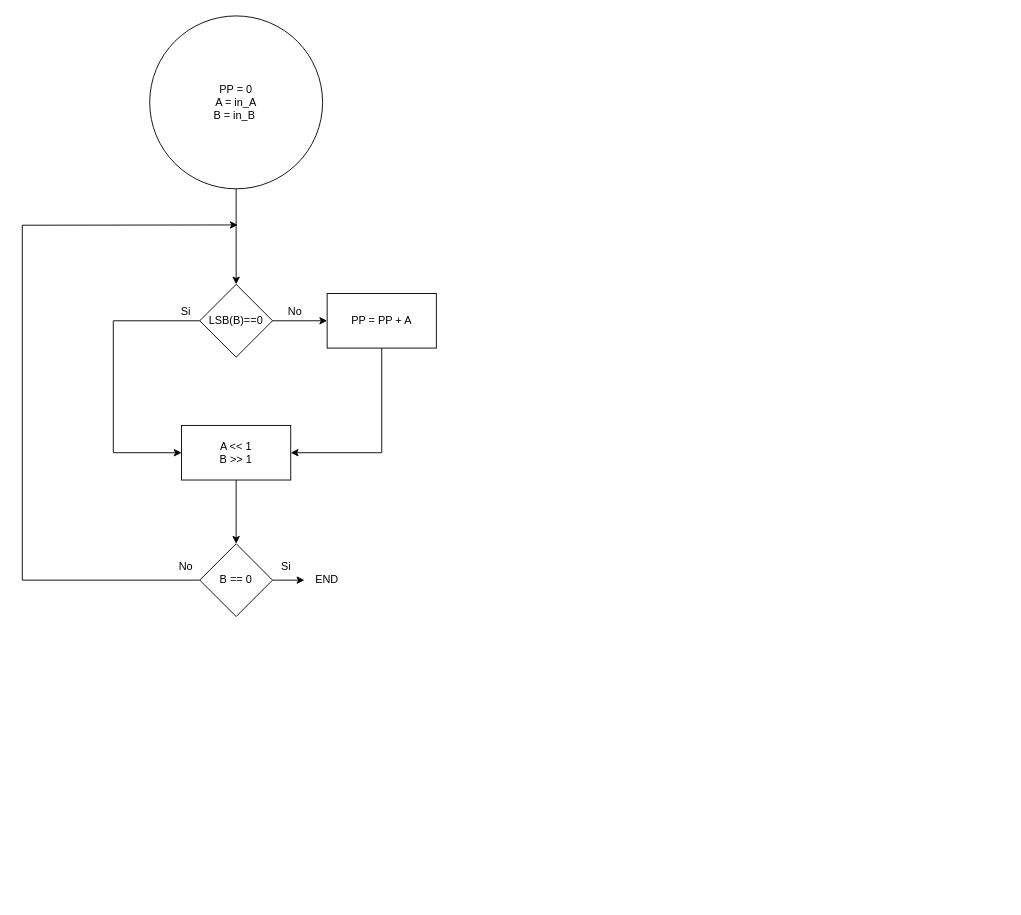
Earlier version of the draw.io diagram design/rtl/raw_implementation/mult_ASM/diagrams/multiplicador.drawio (safehehe/PTSD1). Source tidied: cells renumbered, new cells numbered last; positions are measured from the earlier drawing's top-left corner, leaving out a move shared by most shapes. Both pictures are drawn from the tidied source at 91%, with x=0, y=0 at pixel (22, 15).
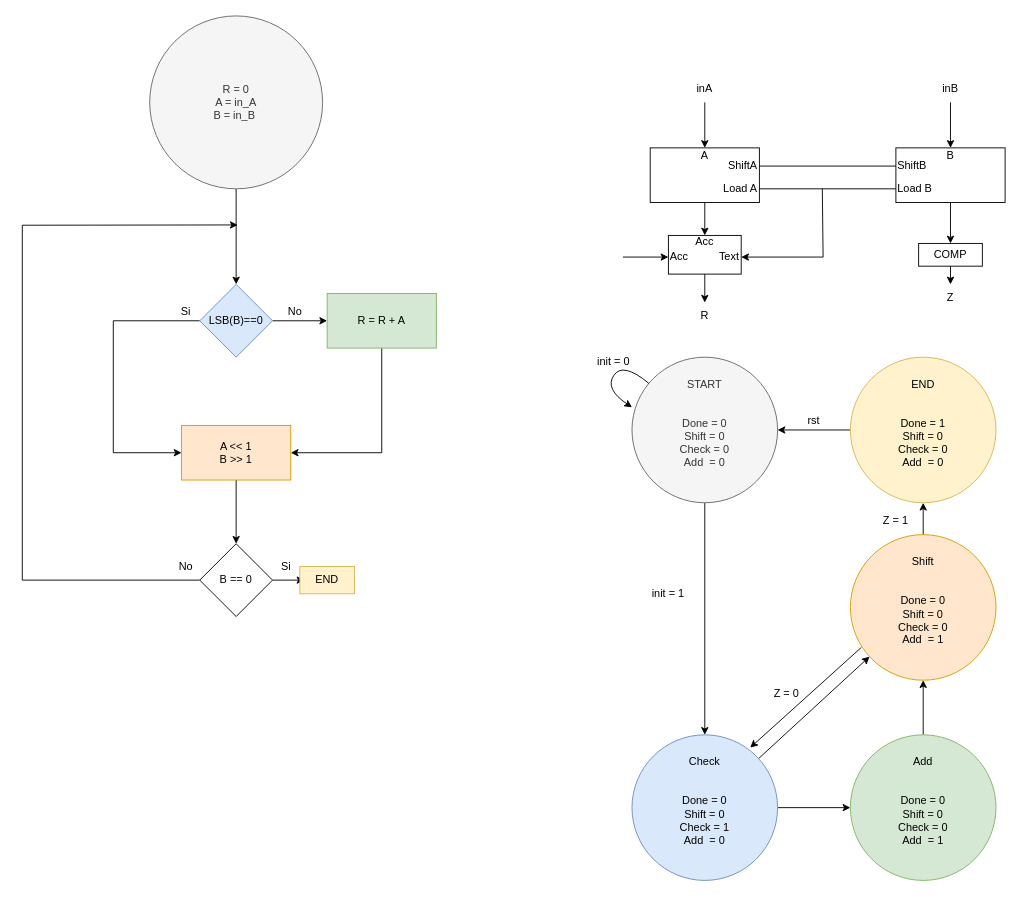
Above is the later version.

Commit message (it also covers changes not shown here):
Multiplicador diagrama

Diff of the diagram source:
```diff
@@
-    <mxCell id="3" value="PP = 0&lt;div&gt;A = in_A&lt;/div&gt;&lt;div&gt;B = in_B&amp;nbsp;&lt;/div&gt;" style="ellipse;whiteSpace=wrap;html=1;" parent="1" vertex="1">
+    <mxCell id="3" value="R = 0&lt;div&gt;A = in_A&lt;/div&gt;&lt;div&gt;B = in_B&amp;nbsp;&lt;/div&gt;" style="ellipse;whiteSpace=wrap;html=1;fillColor=#f5f5f5;fontColor=#333333;strokeColor=#666666;" parent="1" vertex="1">
       <mxGeometry x="140" width="190" height="190" as="geometry" />
     </mxCell>
@@
-    <mxCell id="6" value="LSB(B)==0" style="rhombus;whiteSpace=wrap;html=1;" parent="1" vertex="1">
+    <mxCell id="6" value="LSB(B)==0" style="rhombus;whiteSpace=wrap;html=1;fillColor=#dae8fc;strokeColor=#6c8ebf;" parent="1" vertex="1">
       <mxGeometry x="195" y="295" width="80" height="80" as="geometry" />
     </mxCell>
@@
-    <mxCell id="8" value="PP = PP + A" style="whiteSpace=wrap;html=1;" parent="1" vertex="1">
+    <mxCell id="8" value="R = R + A" style="whiteSpace=wrap;html=1;fillColor=#d5e8d4;strokeColor=#82b366;" parent="1" vertex="1">
       <mxGeometry x="335" y="305" width="120" height="60" as="geometry" />
     </mxCell>
@@
-    <mxCell id="10" value="A &amp;lt;&amp;lt; 1&lt;div&gt;B &amp;gt;&amp;gt; 1&lt;/div&gt;" style="whiteSpace=wrap;html=1;" parent="1" vertex="1">
+    <mxCell id="10" value="A &amp;lt;&amp;lt; 1&lt;div&gt;B &amp;gt;&amp;gt; 1&lt;/div&gt;" style="whiteSpace=wrap;html=1;fillColor=#ffe6cc;strokeColor=#d79b00;" parent="1" vertex="1">
       <mxGeometry x="175" y="450" width="120" height="60" as="geometry" />
     </mxCell>
@@
-    <mxCell id="18" value="END" style="text;html=1;align=center;verticalAlign=middle;whiteSpace=wrap;rounded=0;" parent="1" vertex="1">
+    <mxCell id="18" value="END" style="text;html=1;align=center;verticalAlign=middle;whiteSpace=wrap;rounded=0;fillColor=#fff2cc;strokeColor=#d6b656;" parent="1" vertex="1">
       <mxGeometry x="305" y="605" width="60" height="30" as="geometry" />
     </mxCell>
+    <mxCell id="19" style="edgeStyle=none;html=1;entryX=0.5;entryY=0;entryDx=0;entryDy=0;" parent="1" edge="1" source="20" target="36">
+      <mxGeometry relative="1" as="geometry" />
+    </mxCell>
+    <mxCell id="20" value="A&lt;div&gt;&lt;br&gt;&lt;/div&gt;&lt;div&gt;&lt;br&gt;&lt;/div&gt;&lt;div&gt;&lt;br&gt;&lt;/div&gt;" style="rounded=0;whiteSpace=wrap;html=1;" parent="1" vertex="1">
+      <mxGeometry x="690" y="145" width="120" height="60" as="geometry" />
+    </mxCell>
+    <mxCell id="21" style="edgeStyle=none;html=1;entryX=0.5;entryY=0;entryDx=0;entryDy=0;" parent="1" edge="1" source="22" target="33">
+      <mxGeometry relative="1" as="geometry" />
+    </mxCell>
+    <mxCell id="22" value="B&lt;div&gt;&lt;br&gt;&lt;/div&gt;&lt;div&gt;&lt;br&gt;&lt;/div&gt;&lt;div&gt;&lt;br&gt;&lt;/div&gt;" style="rounded=0;whiteSpace=wrap;html=1;" parent="1" vertex="1">
+      <mxGeometry x="960" y="145" width="120" height="60" as="geometry" />
+    </mxCell>
+    <mxCell id="23" style="endArrow=classic;html=1;entryX=0.5;entryY=0;entryDx=0;entryDy=0;" parent="1" edge="1" target="20">
+      <mxGeometry relative="1" as="geometry">
+        <mxPoint x="750" y="95" as="sourcePoint" />
+      </mxGeometry>
+    </mxCell>
+    <mxCell id="24" value="inA" style="text;html=1;align=center;verticalAlign=middle;whiteSpace=wrap;rounded=0;" parent="1" vertex="1">
+      <mxGeometry x="720" y="65" width="60" height="30" as="geometry" />
+    </mxCell>
+    <mxCell id="25" style="endArrow=classic;html=1;entryX=0.5;entryY=0;entryDx=0;entryDy=0;" parent="1" edge="1">
+      <mxGeometry relative="1" as="geometry">
+        <mxPoint x="1020" y="95" as="sourcePoint" />
+        <mxPoint x="1020" y="145" as="targetPoint" />
+      </mxGeometry>
+    </mxCell>
+    <mxCell id="26" value="inB" style="text;html=1;align=center;verticalAlign=middle;whiteSpace=wrap;rounded=0;" parent="1" vertex="1">
+      <mxGeometry x="990" y="65" width="60" height="30" as="geometry" />
+    </mxCell>
+    <mxCell id="27" value="Load A" style="text;html=1;align=right;verticalAlign=middle;whiteSpace=wrap;rounded=0;" parent="1" vertex="1">
+      <mxGeometry x="750" y="175" width="60" height="30" as="geometry" />
+    </mxCell>
+    <mxCell id="28" value="Load B" style="text;html=1;align=left;verticalAlign=middle;whiteSpace=wrap;rounded=0;" parent="1" vertex="1">
+      <mxGeometry x="960" y="175" width="60" height="30" as="geometry" />
+    </mxCell>
+    <mxCell id="29" style="endArrow=none;html=1;exitX=1;exitY=0.5;exitDx=0;exitDy=0;entryX=0;entryY=0.5;entryDx=0;entryDy=0;" parent="1" edge="1" source="27" target="28">
+      <mxGeometry relative="1" as="geometry" />
+    </mxCell>
+    <mxCell id="30" value="ShiftA" style="text;html=1;align=right;verticalAlign=middle;whiteSpace=wrap;rounded=0;" parent="1" vertex="1">
+      <mxGeometry x="750" y="150" width="60" height="30" as="geometry" />
+    </mxCell>
+    <mxCell id="31" value="ShiftB" style="text;html=1;align=left;verticalAlign=middle;whiteSpace=wrap;rounded=0;" parent="1" vertex="1">
+      <mxGeometry x="960" y="150" width="60" height="30" as="geometry" />
+    </mxCell>
+    <mxCell id="32" style="endArrow=none;html=1;entryX=0;entryY=0.5;entryDx=0;entryDy=0;" parent="1" edge="1" target="31">
+      <mxGeometry relative="1" as="geometry">
+        <mxPoint x="810" y="165" as="sourcePoint" />
+      </mxGeometry>
+    </mxCell>
+    <mxCell id="33" value="COMP" style="rounded=0;whiteSpace=wrap;html=1;" parent="1" vertex="1">
+      <mxGeometry x="985" y="250" width="70" height="25" as="geometry" />
+    </mxCell>
+    <mxCell id="34" style="endArrow=classic;html=1;exitX=0.5;exitY=1;exitDx=0;exitDy=0;" parent="1" edge="1" source="33">
+      <mxGeometry relative="1" as="geometry">
+        <mxPoint x="1020" y="295" as="targetPoint" />
+      </mxGeometry>
+    </mxCell>
+    <mxCell id="35" value="Z" style="text;html=1;align=center;verticalAlign=middle;whiteSpace=wrap;rounded=0;" parent="1" vertex="1">
+      <mxGeometry x="990" y="295" width="60" height="30" as="geometry" />
+    </mxCell>
+    <mxCell id="36" value="Acc&lt;div&gt;&lt;br&gt;&lt;/div&gt;&lt;div&gt;&lt;br&gt;&lt;/div&gt;" style="rounded=0;whiteSpace=wrap;html=1;" parent="1" vertex="1">
+      <mxGeometry x="710" y="241.2" width="80" height="42.5" as="geometry" />
+    </mxCell>
+    <mxCell id="37" value="Acc" style="text;html=1;align=left;verticalAlign=middle;whiteSpace=wrap;rounded=0;" parent="1" vertex="1">
+      <mxGeometry x="710" y="250" width="60" height="30" as="geometry" />
+    </mxCell>
+    <mxCell id="38" value="Text" style="text;html=1;align=right;verticalAlign=middle;whiteSpace=wrap;rounded=0;" parent="1" vertex="1">
+      <mxGeometry x="730" y="250" width="60" height="30" as="geometry" />
+    </mxCell>
+    <mxCell id="39" style="endArrow=classic;html=1;entryX=1;entryY=0.5;entryDx=0;entryDy=0;exitX=0.461;exitY=-0.25;exitDx=0;exitDy=0;exitPerimeter=0;rounded=0;curved=0;" parent="1" edge="1" source="29" target="38">
+      <mxGeometry relative="1" as="geometry">
+        <Array as="points">
+          <mxPoint x="880" y="265" />
+        </Array>
+      </mxGeometry>
+    </mxCell>
+    <mxCell id="40" style="endArrow=classic;html=1;" parent="1" edge="1">
+      <mxGeometry relative="1" as="geometry">
+        <mxPoint x="660" y="265" as="sourcePoint" />
+        <mxPoint x="710" y="265" as="targetPoint" />
+      </mxGeometry>
+    </mxCell>
+    <mxCell id="41" style="endArrow=classic;html=1;exitX=0.5;exitY=1;exitDx=0;exitDy=0;" parent="1" edge="1" source="36">
+      <mxGeometry relative="1" as="geometry">
+        <mxPoint x="750" y="315" as="targetPoint" />
+      </mxGeometry>
+    </mxCell>
+    <mxCell id="42" value="R" style="text;html=1;align=center;verticalAlign=middle;whiteSpace=wrap;rounded=0;" parent="1" vertex="1">
+      <mxGeometry x="720" y="315" width="60" height="30" as="geometry" />
+    </mxCell>
+    <mxCell id="43" style="edgeStyle=none;html=1;" parent="1" edge="1" source="44" target="47">
+      <mxGeometry relative="1" as="geometry" />
+    </mxCell>
+    <mxCell id="44" value="&lt;div&gt;&lt;br&gt;&lt;/div&gt;&lt;div&gt;&lt;br&gt;&lt;/div&gt;&lt;div&gt;&lt;br&gt;&lt;/div&gt;START&lt;div&gt;&lt;br&gt;&lt;/div&gt;&lt;div&gt;&lt;br&gt;&lt;/div&gt;&lt;div&gt;Done = 0&lt;/div&gt;&lt;div&gt;Shift = 0&lt;/div&gt;&lt;div&gt;Check = 0&lt;/div&gt;&lt;div&gt;Add&amp;nbsp; = 0&lt;/div&gt;&lt;div&gt;&lt;br&gt;&lt;/div&gt;&lt;div&gt;&lt;br&gt;&lt;/div&gt;&lt;div&gt;&lt;br&gt;&lt;/div&gt;&lt;div&gt;&lt;br&gt;&lt;/div&gt;" style="ellipse;whiteSpace=wrap;html=1;fillColor=#f5f5f5;fontColor=#333333;strokeColor=#666666;" parent="1" vertex="1">
+      <mxGeometry x="670" y="375" width="160" height="160" as="geometry" />
+    </mxCell>
+    <mxCell id="45" style="edgeStyle=none;html=1;" parent="1" edge="1" source="47" target="49">
+      <mxGeometry relative="1" as="geometry" />
+    </mxCell>
+    <mxCell id="46" style="edgeStyle=none;html=1;" parent="1" edge="1" source="47" target="51">
+      <mxGeometry relative="1" as="geometry" />
+    </mxCell>
+    <mxCell id="47" value="&lt;div&gt;&lt;br&gt;&lt;/div&gt;&lt;div&gt;&lt;br&gt;&lt;/div&gt;&lt;div&gt;&lt;br&gt;&lt;/div&gt;Check&lt;div&gt;&lt;br&gt;&lt;/div&gt;&lt;div&gt;&lt;br&gt;&lt;/div&gt;&lt;div&gt;Done = 0&lt;/div&gt;&lt;div&gt;Shift = 0&lt;/div&gt;&lt;div&gt;Check = 1&lt;/div&gt;&lt;div&gt;Add&amp;nbsp; = 0&lt;/div&gt;&lt;div&gt;&lt;br&gt;&lt;/div&gt;&lt;div&gt;&lt;br&gt;&lt;/div&gt;&lt;div&gt;&lt;br&gt;&lt;/div&gt;&lt;div&gt;&lt;br&gt;&lt;/div&gt;" style="ellipse;whiteSpace=wrap;html=1;fillColor=#dae8fc;strokeColor=#6c8ebf;" parent="1" vertex="1">
+      <mxGeometry x="670" y="790" width="160" height="160" as="geometry" />
+    </mxCell>
+    <mxCell id="48" style="edgeStyle=none;html=1;" parent="1" edge="1" source="49" target="51">
+      <mxGeometry relative="1" as="geometry" />
+    </mxCell>
+    <mxCell id="49" value="&lt;div&gt;&lt;br&gt;&lt;/div&gt;&lt;div&gt;&lt;br&gt;&lt;/div&gt;&lt;div&gt;&lt;br&gt;&lt;/div&gt;Add&lt;div&gt;&lt;br&gt;&lt;/div&gt;&lt;div&gt;&lt;br&gt;&lt;/div&gt;&lt;div&gt;Done = 0&lt;/div&gt;&lt;div&gt;Shift = 0&lt;/div&gt;&lt;div&gt;Check = 0&lt;/div&gt;&lt;div&gt;Add&amp;nbsp; = 1&lt;/div&gt;&lt;div&gt;&lt;br&gt;&lt;/div&gt;&lt;div&gt;&lt;br&gt;&lt;/div&gt;&lt;div&gt;&lt;br&gt;&lt;/div&gt;&lt;div&gt;&lt;br&gt;&lt;/div&gt;" style="ellipse;whiteSpace=wrap;html=1;fillColor=#d5e8d4;strokeColor=#82b366;" parent="1" vertex="1">
+      <mxGeometry x="910" y="790" width="160" height="160" as="geometry" />
+    </mxCell>
+    <mxCell id="50" style="edgeStyle=none;html=1;" parent="1" edge="1" source="51" target="54">
+      <mxGeometry relative="1" as="geometry" />
+    </mxCell>
+    <mxCell id="51" value="&lt;div&gt;&lt;br&gt;&lt;/div&gt;&lt;div&gt;&lt;br&gt;&lt;/div&gt;&lt;div&gt;&lt;br&gt;&lt;/div&gt;Shift&lt;div&gt;&lt;br&gt;&lt;/div&gt;&lt;div&gt;&lt;br&gt;&lt;/div&gt;&lt;div&gt;Done = 0&lt;/div&gt;&lt;div&gt;Shift = 0&lt;/div&gt;&lt;div&gt;Check = 0&lt;/div&gt;&lt;div&gt;Add&amp;nbsp; = 1&lt;/div&gt;&lt;div&gt;&lt;br&gt;&lt;/div&gt;&lt;div&gt;&lt;br&gt;&lt;/div&gt;&lt;div&gt;&lt;br&gt;&lt;/div&gt;&lt;div&gt;&lt;br&gt;&lt;/div&gt;" style="ellipse;whiteSpace=wrap;html=1;fillColor=#ffe6cc;strokeColor=#d79b00;" parent="1" vertex="1">
+      <mxGeometry x="910" y="570" width="160" height="160" as="geometry" />
+    </mxCell>
+    <mxCell id="52" style="endArrow=classic;html=1;exitX=0.075;exitY=0.775;exitDx=0;exitDy=0;exitPerimeter=0;entryX=0.812;entryY=0.088;entryDx=0;entryDy=0;entryPerimeter=0;" parent="1" edge="1" source="51" target="47">
+      <mxGeometry relative="1" as="geometry" />
+    </mxCell>
+    <mxCell id="53" style="edgeStyle=none;html=1;entryX=1;entryY=0.5;entryDx=0;entryDy=0;" parent="1" edge="1" source="54" target="44">
+      <mxGeometry relative="1" as="geometry" />
+    </mxCell>
+    <mxCell id="54" value="&lt;div&gt;&lt;br&gt;&lt;/div&gt;&lt;div&gt;&lt;br&gt;&lt;/div&gt;&lt;div&gt;&lt;br&gt;&lt;/div&gt;END&lt;br&gt;&lt;div&gt;&lt;br&gt;&lt;/div&gt;&lt;div&gt;&lt;br&gt;&lt;/div&gt;&lt;div&gt;Done = 1&lt;/div&gt;&lt;div&gt;Shift = 0&lt;/div&gt;&lt;div&gt;Check = 0&lt;/div&gt;&lt;div&gt;Add&amp;nbsp; = 0&lt;/div&gt;&lt;div&gt;&lt;br&gt;&lt;/div&gt;&lt;div&gt;&lt;br&gt;&lt;/div&gt;&lt;div&gt;&lt;br&gt;&lt;/div&gt;&lt;div&gt;&lt;br&gt;&lt;/div&gt;" style="ellipse;whiteSpace=wrap;html=1;fillColor=#fff2cc;strokeColor=#d6b656;" parent="1" vertex="1">
+      <mxGeometry x="910" y="375" width="160" height="160" as="geometry" />
+    </mxCell>
+    <mxCell id="55" style="curved=1;endArrow=classic;html=1;entryX=0;entryY=0.344;entryDx=0;entryDy=0;entryPerimeter=0;" parent="1" edge="1" source="44" target="44">
+      <mxGeometry relative="1" as="geometry">
+        <Array as="points">
+          <mxPoint x="660" y="380" />
+          <mxPoint x="640" y="410" />
+        </Array>
+      </mxGeometry>
+    </mxCell>
+    <mxCell id="56" value="init = 0" style="text;html=1;align=center;verticalAlign=middle;whiteSpace=wrap;rounded=0;" parent="1" vertex="1">
+      <mxGeometry x="620" y="365" width="60" height="30" as="geometry" />
+    </mxCell>
+    <mxCell id="57" value="init = 1" style="text;html=1;align=center;verticalAlign=middle;whiteSpace=wrap;rounded=0;" parent="1" vertex="1">
+      <mxGeometry x="680" y="620" width="60" height="30" as="geometry" />
+    </mxCell>
+    <mxCell id="58" value="Z = 0" style="text;html=1;align=center;verticalAlign=middle;whiteSpace=wrap;rounded=0;" parent="1" vertex="1">
+      <mxGeometry x="810" y="730" width="60" height="30" as="geometry" />
+    </mxCell>
+    <mxCell id="59" value="Z = 1" style="text;html=1;align=center;verticalAlign=middle;whiteSpace=wrap;rounded=0;" parent="1" vertex="1">
+      <mxGeometry x="930" y="540" width="60" height="30" as="geometry" />
+    </mxCell>
+    <mxCell id="60" value="rst" style="text;html=1;align=center;verticalAlign=middle;whiteSpace=wrap;rounded=0;" parent="1" vertex="1">
+      <mxGeometry x="840" y="430" width="60" height="30" as="geometry" />
+    </mxCell>
```
